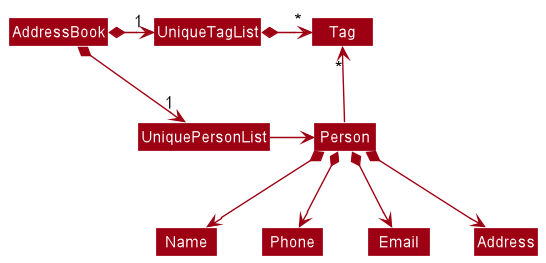
Above: docs/images/BetterModelClassDiagram.png in nus-cs2103-AY2122S1/tp (PlantUML), before the change.
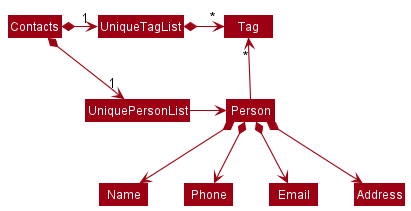
After the commit.

The edit, as a diff of the source:
```diff
@@ -4,8 +4,8 @@
 skinparam arrowColor MODEL_COLOR
 skinparam classBackgroundColor MODEL_COLOR
 
-AddressBook *-right-> "1" UniquePersonList
-AddressBook *-right-> "1" UniqueTagList
+Contacts *-right-> "1" UniquePersonList
+Contacts *-right-> "1" UniqueTagList
 UniqueTagList -[hidden]down- UniquePersonList
 UniqueTagList -[hidden]down- UniquePersonList
 
```
